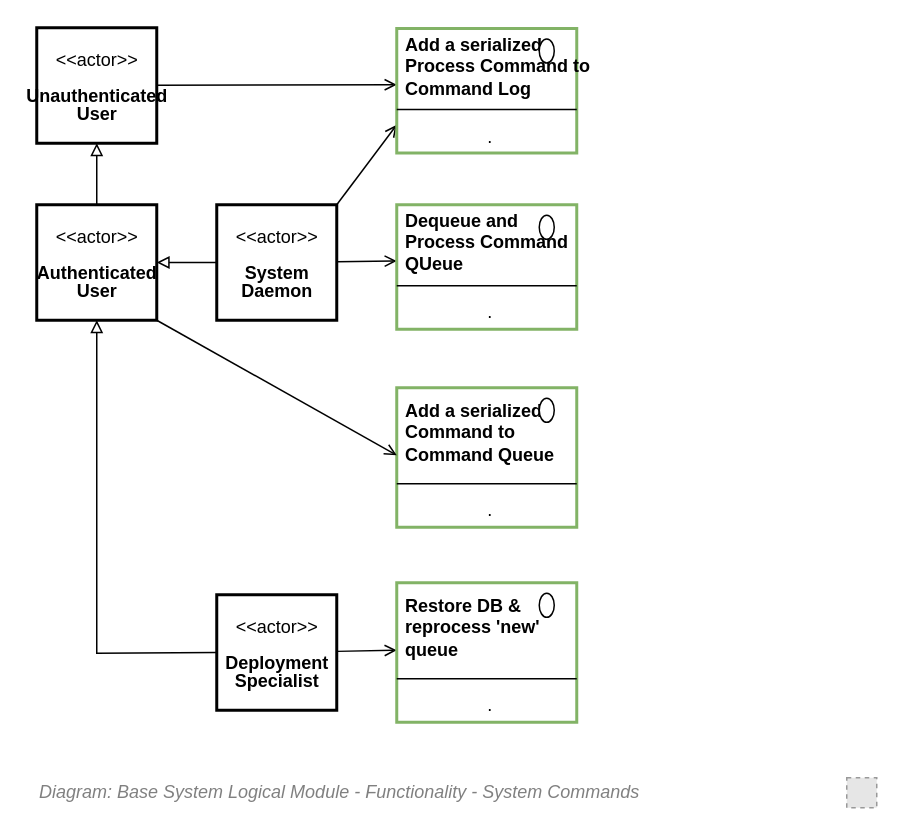
Above: 43.Functionality View/Functionality View - Functionality - Command Queue Management Operations.drawio in skysgh/System.Design.Resources.Service (draw.io), before the change. Source tidied: cells renumbered, new cells numbered last; positions are measured from the earlier drawing's top-left corner, leaving out a move shared by most shapes. Both pictures are drawn from the tidied source at 150%, with x=0, y=0 at pixel (36, 27). Pictures stored in the file or linked from it are replaced by grey dashed boxes.
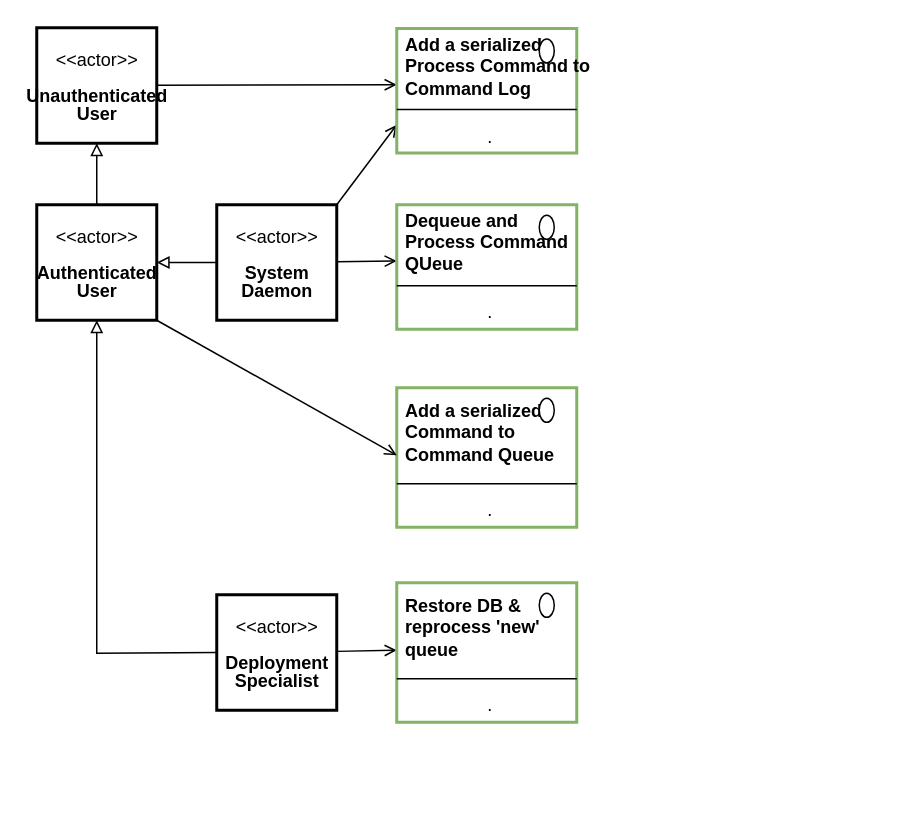
After the change.

Change to the diagram source:
```diff
@@
-    <mxCell id="2" value="&lt;font style=&quot;font-size: 12px&quot;&gt;&lt;span&gt;Diagram: Base&amp;nbsp;&lt;/span&gt;System&amp;nbsp;&lt;span&gt;Logical Module -&amp;nbsp;&lt;/span&gt;&lt;span&gt;Functionality -&amp;nbsp;&lt;/span&gt;System Commands&amp;nbsp;&lt;/font&gt;" style="text;strokeColor=none;fillColor=none;html=1;fontSize=10;fontStyle=2;verticalAlign=middle;align=left;shadow=0;glass=0;comic=0;opacity=30;fontColor=#808080;" parent="1" vertex="1">
-      <mxGeometry y="500" width="520" height="20" as="geometry" />
-    </mxCell>
-    <mxCell id="3" style="fillColor=#E6E6E6;strokeColor=#999999;dashed=1;html=1;verticalAlign=top;verticalLabelPosition=bottom;labelBackgroundColor=#ffffff;fontFamily=Helvetica;fontSize=12;fontColor=#000000;align=center;" parent="1" vertex="1">
-      <mxGeometry x="540" y="500" width="20" height="20" as="geometry" />
-    </mxCell>
```
